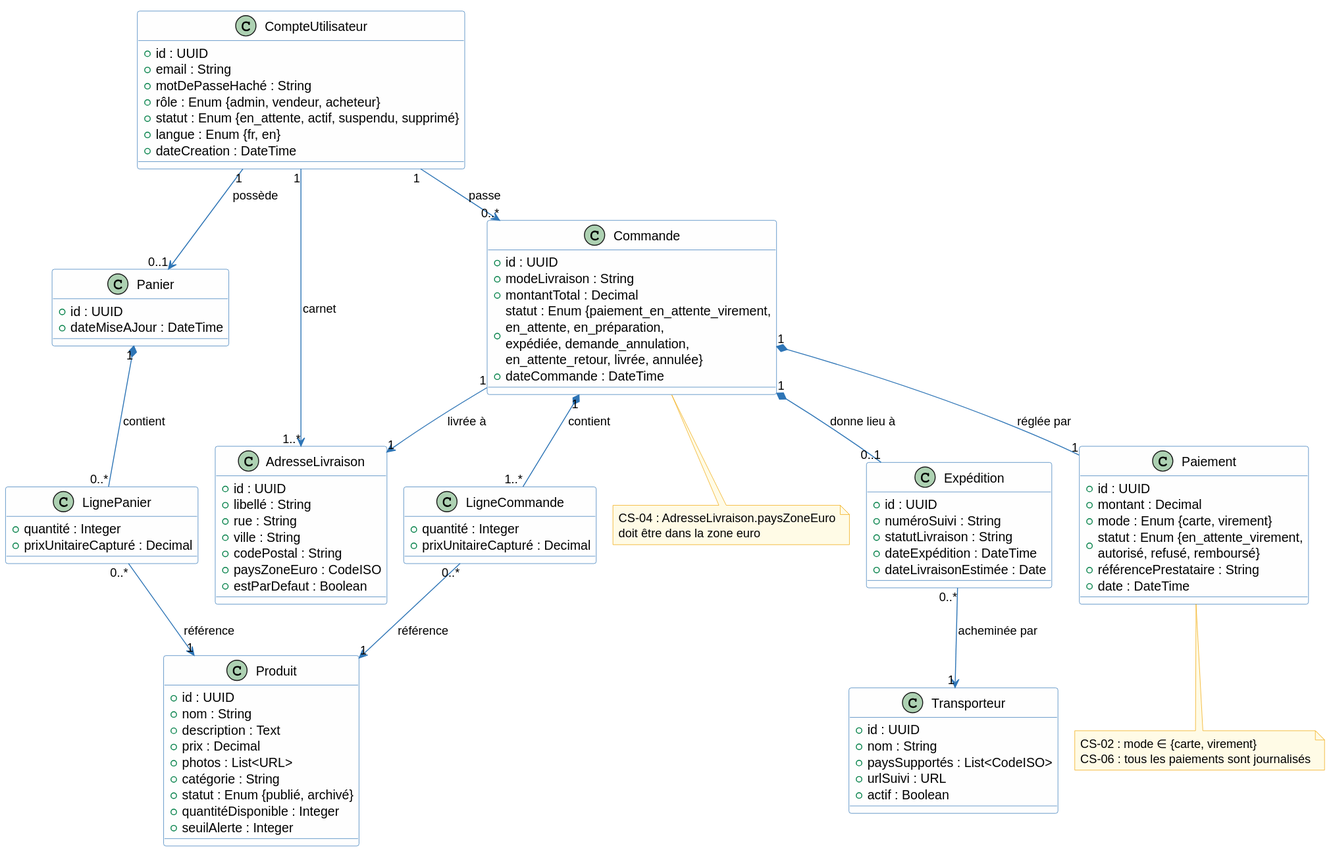
This is architecture/02-system-analysis/diagrams/sa-classes.svg from louistalvande/online_shop, a PlantUML export, as it was before one commit.
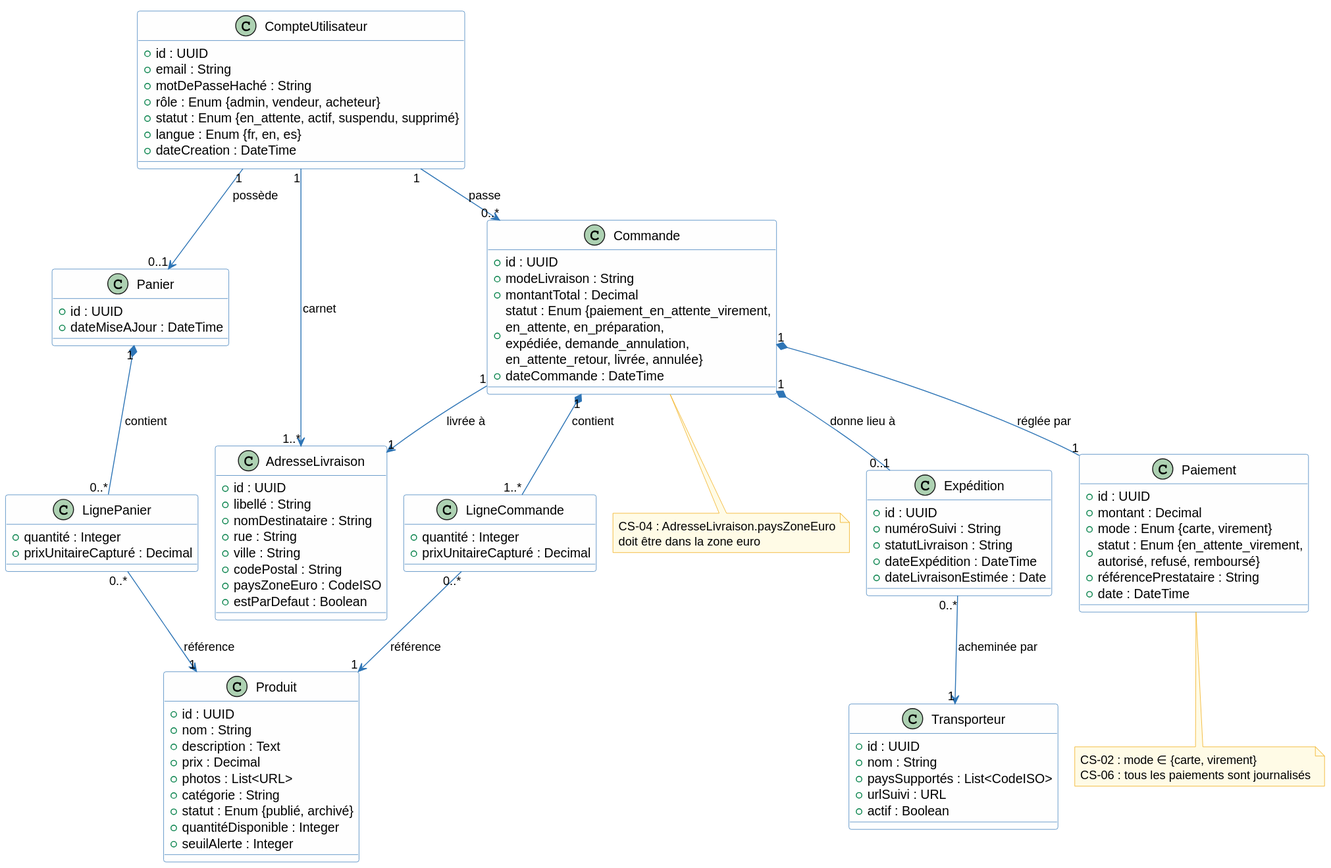
Later version of the same file.

What changed in the source:
```diff
@@ -11,7 +11,7 @@
   + motDePasseHaché : String
   + rôle : Enum {admin, vendeur, acheteur}
   + statut : Enum {en_attente, actif, suspendu, supprimé}
-  + langue : Enum {fr, en}
+  + langue : Enum {fr, en, es}
   + dateCreation : DateTime
 }
 
@@ -78,6 +78,7 @@
 class AdresseLivraison {
   + id : UUID
   + libellé : String
+  + nomDestinataire : String
   + rue : String
   + ville : String
   + codePostal : String
```
